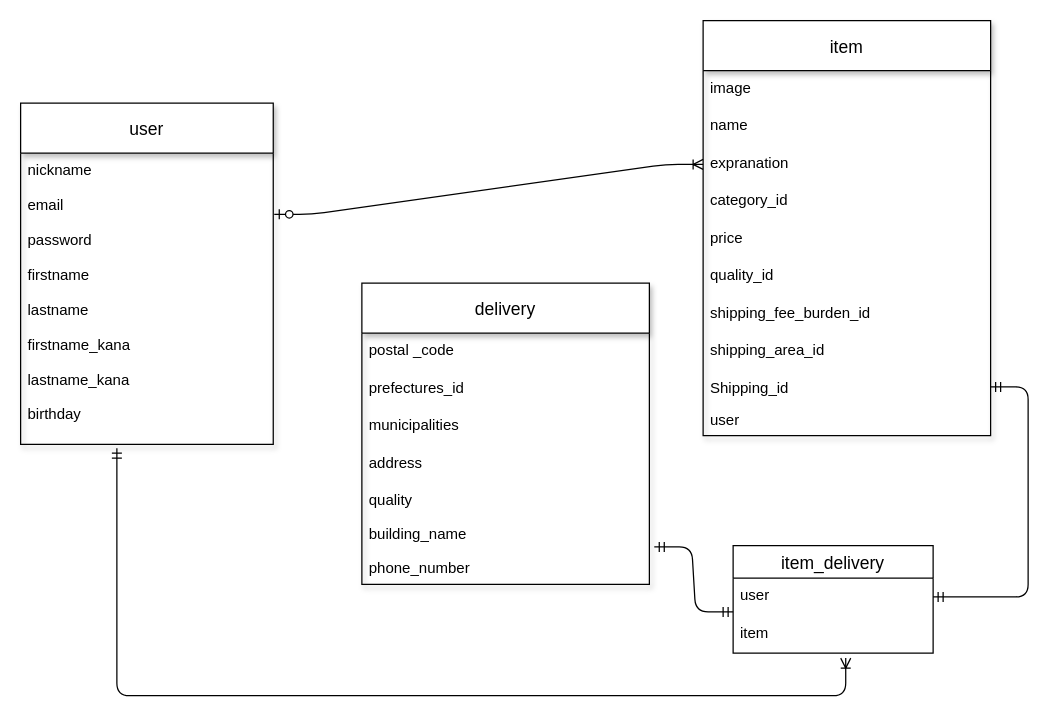
Earlier version of the draw.io diagram page "ページ1" (1 of 2) of hurimaEr.dio (banana38ruy/furima-32992). Source tidied: cells renumbered, new cells numbered last; positions are measured from the earlier drawing's top-left corner, leaving out a move shared by most shapes. Both pictures are drawn from the tidied source at 125%, with x=0, y=0 at pixel (20, 20).
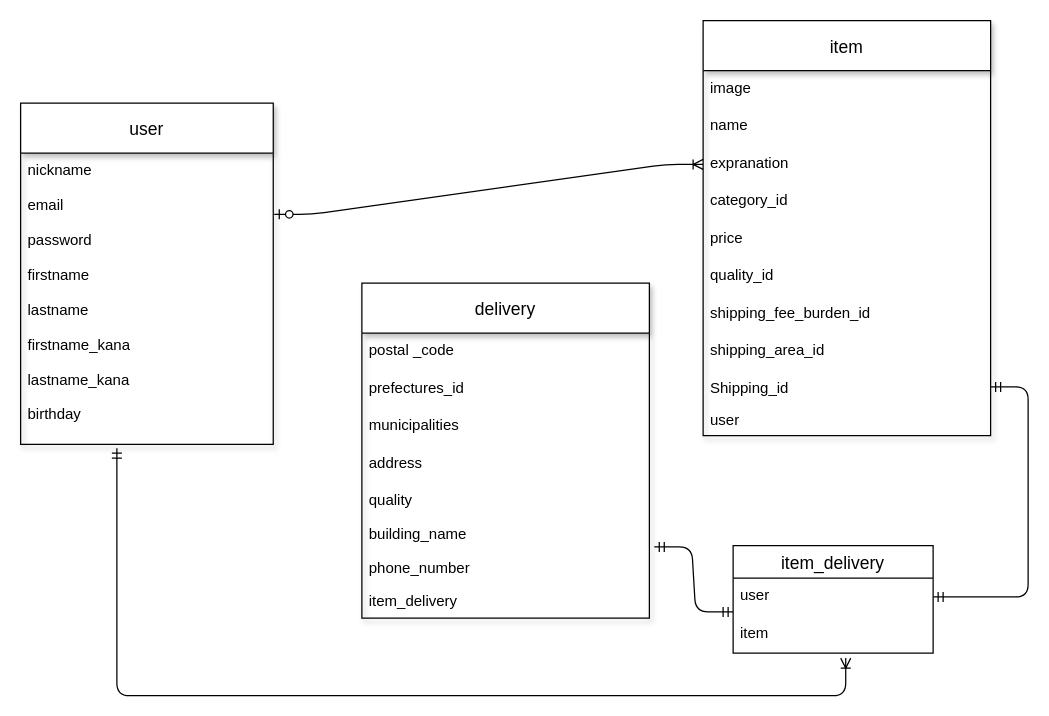
The same page after the edit.

What changed in the source:
```diff
@@
     <mxCell id="13" value="delivery" style="swimlane;fontStyle=0;horizontal=1;startSize=40;align=center;fontSize=14;shadow=1;verticalAlign=middle;" parent="1" vertex="1">
-      <mxGeometry x="273" y="210" width="230" height="241" as="geometry" />
+      <mxGeometry x="273" y="210" width="230" height="268" as="geometry" />
     </mxCell>
@@
+    <mxCell id="37" value="item_delivery&#10;" style="text;strokeColor=none;fillColor=none;spacingLeft=4;spacingRight=4;overflow=hidden;fontSize=12;" parent="13" vertex="1">
+      <mxGeometry y="241" width="230" height="27" as="geometry" />
+    </mxCell>
```
